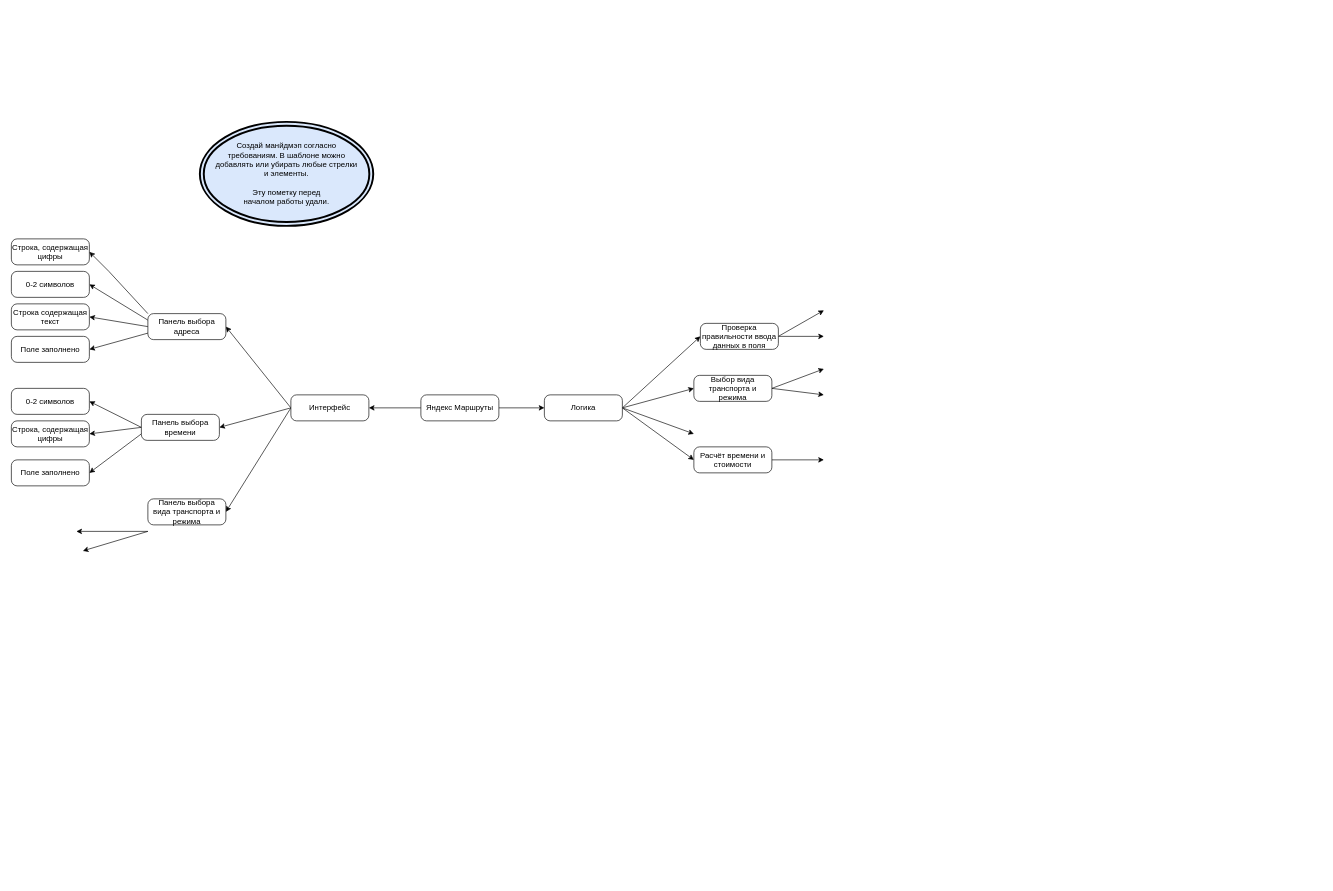
Before: Диаграмма без названия.drawio in VillyVonka537/iograf, a draw.io diagram. Source tidied: cells renumbered, new cells numbered last; positions are measured from the earlier drawing's top-left corner, leaving out a move shared by most shapes. Both pictures are drawn from the tidied source at 65%, with x=0, y=0 at pixel (11, 122).
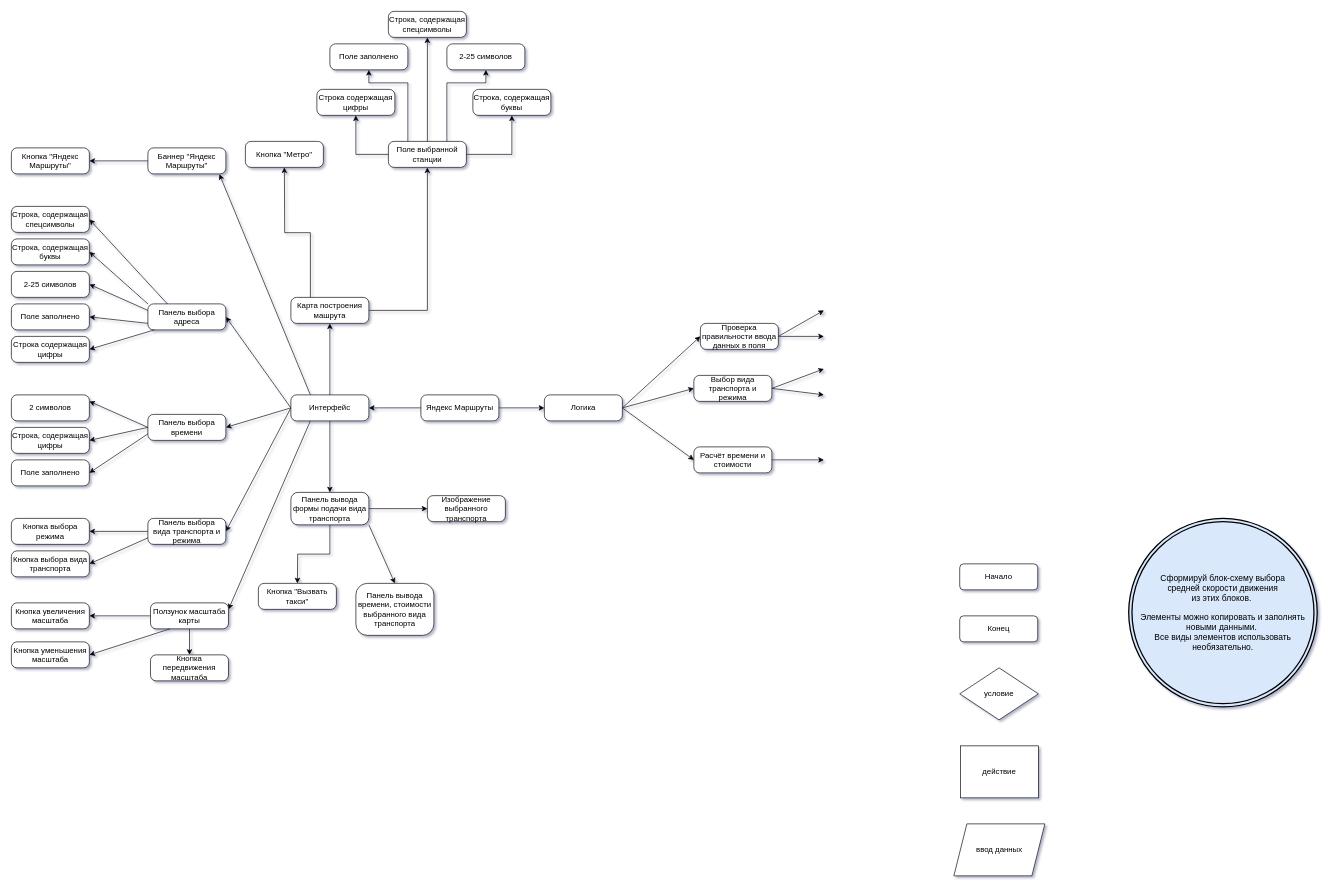
Above is the later version.

The change refers to these unchanged cells:
```xml
<mxCell id="8" value="Интерфейс" style="rounded=1;whiteSpace=wrap;html=1;arcSize=22;" parent="1" vertex="1">
  <mxGeometry x="430" y="420" width="120" height="40" as="geometry" />
</mxCell>
<mxCell id="26" value="Логика" style="rounded=1;whiteSpace=wrap;html=1;arcSize=22;" parent="1" vertex="1">
  <mxGeometry x="820" y="420" width="120" height="40" as="geometry" />
</mxCell>
```

What changed in the source:
```diff
@@
-<mxGraphModel>
+<mxGraphModel shadow="1">
@@
+    <mxCell id="42" style="edgeStyle=orthogonalEdgeStyle;rounded=0;jettySize=auto;html=1;" parent="1" edge="1" source="8">
+      <mxGeometry relative="1" as="geometry">
+        <mxPoint x="490" y="570" as="targetPoint" />
+      </mxGeometry>
+    </mxCell>
@@
     <mxCell id="17" value="Панель выбора времени" style="rounded=1;whiteSpace=wrap;html=1;arcSize=22;" parent="1" vertex="1">
-      <mxGeometry x="200" y="450" width="120" height="40" as="geometry" />
+      <mxGeometry x="210" y="450" width="120" height="40" as="geometry" />
     </mxCell>
-    <mxCell id="18" style="edgeStyle=none;rounded=0;jettySize=auto;html=1;exitX=0;exitY=0.5;exitDx=0;exitDy=0;entryX=1;entryY=0.5;entryDx=0;entryDy=0;" parent="1" edge="1" source="20" target="35">
-      <mxGeometry relative="1" as="geometry" />
-    </mxCell>
@@
     <mxCell id="20" value="Панель выбора адреса" style="rounded=1;whiteSpace=wrap;html=1;arcSize=22;" parent="1" vertex="1">
-      <mxGeometry x="210" y="295" width="120" height="40" as="geometry" />
+      <mxGeometry x="210" y="280" width="120" height="40" as="geometry" />
     </mxCell>
-    <mxCell id="21" value="Создай манйдмэп согласно &lt;br&gt;требованиям. В шаблоне можно&lt;br&gt;добавлять или убирать любые стрелки&lt;br&gt;и элементы.&lt;br&gt;&lt;br&gt;&lt;span&gt;Эту пометку перед &lt;br&gt;началом работы удали.&lt;/span&gt;" style="ellipse;shape=doubleEllipse;whiteSpace=wrap;html=1;strokeWidth=3;fillColor=#dae8fc;" parent="1" vertex="1">
-      <mxGeometry x="290" width="266.7" height="160" as="geometry" />
-    </mxCell>
@@
-    <mxCell id="25" style="edgeStyle=none;rounded=0;jettySize=auto;html=1;exitX=1;exitY=0.5;exitDx=0;exitDy=0;" parent="1" edge="1" source="26">
-      <mxGeometry relative="1" as="geometry">
-        <mxPoint x="1050" y="480" as="targetPoint" />
-      </mxGeometry>
-    </mxCell>
@@
-    <mxCell id="29" style="rounded=0;orthogonalLoop=1;jettySize=auto;html=1;exitX=0;exitY=0.5;exitDx=0;exitDy=0;" parent="1" edge="1">
-      <mxGeometry relative="1" as="geometry">
-        <mxPoint x="210" y="630" as="sourcePoint" />
-        <mxPoint x="110" y="660" as="targetPoint" />
-      </mxGeometry>
+    <mxCell id="29" style="rounded=0;jettySize=auto;html=1;exitX=0;exitY=0.5;exitDx=0;exitDy=0;entryX=1;entryY=0.5;entryDx=0;entryDy=0;" parent="1" edge="1" source="31" target="43">
+      <mxGeometry relative="1" as="geometry" />
     </mxCell>
-    <mxCell id="30" style="edgeStyle=none;rounded=0;orthogonalLoop=1;jettySize=auto;html=1;exitX=0;exitY=0.5;exitDx=0;exitDy=0;" parent="1" edge="1">
-      <mxGeometry relative="1" as="geometry">
-        <mxPoint x="210" y="630" as="sourcePoint" />
-        <mxPoint x="100" y="630" as="targetPoint" />
-      </mxGeometry>
-    </mxCell>
     <mxCell id="31" value="Панель выбора&lt;br&gt;вида транспорта и режима" style="rounded=1;whiteSpace=wrap;html=1;arcSize=22;" parent="1" vertex="1">
-      <mxGeometry x="210" y="580" width="120" height="40" as="geometry" />
+      <mxGeometry x="210" y="610" width="120" height="40" as="geometry" />
     </mxCell>
-    <mxCell id="32" value="0-2 символов" style="rounded=1;whiteSpace=wrap;html=1;arcSize=22;" parent="1" vertex="1">
-      <mxGeometry y="410" width="120" height="40" as="geometry" />
+    <mxCell id="32" value="2 символов" style="rounded=1;whiteSpace=wrap;html=1;arcSize=22;" parent="1" vertex="1">
+      <mxGeometry y="420" width="120" height="40" as="geometry" />
     </mxCell>
     <mxCell id="33" value="Строка, содержащая цифры" style="rounded=1;whiteSpace=wrap;html=1;arcSize=22;" parent="1" vertex="1">
-      <mxGeometry y="460" width="120" height="40" as="geometry" />
+      <mxGeometry y="470" width="120" height="40" as="geometry" />
     </mxCell>
-    <mxCell id="34" value="0-2 символов" style="rounded=1;whiteSpace=wrap;html=1;arcSize=22;" parent="1" vertex="1">
+    <mxCell id="34" value="2-25 символов" style="rounded=1;whiteSpace=wrap;html=1;arcSize=22;" parent="1" vertex="1">
       <mxGeometry y="230" width="120" height="40" as="geometry" />
     </mxCell>
-    <mxCell id="35" value="Строка содержащая текст" style="rounded=1;whiteSpace=wrap;html=1;arcSize=22;" parent="1" vertex="1">
-      <mxGeometry y="280" width="120" height="40" as="geometry" />
-    </mxCell>
-    <mxCell id="36" value="Строка, содержащая цифры" style="rounded=1;whiteSpace=wrap;html=1;arcSize=22;" parent="1" vertex="1">
+    <mxCell id="36" value="Строка, содержащая буквы" style="rounded=1;whiteSpace=wrap;html=1;arcSize=22;" parent="1" vertex="1">
       <mxGeometry y="180" width="120" height="40" as="geometry" />
     </mxCell>
-    <mxCell id="37" style="edgeStyle=none;rounded=0;jettySize=auto;html=1;exitX=0;exitY=0;exitDx=0;exitDy=0;entryX=1;entryY=0.5;entryDx=0;entryDy=0;" parent="1" edge="1" source="20" target="36">
+    <mxCell id="37" style="edgeStyle=none;rounded=0;jettySize=auto;html=1;entryX=1;entryY=0.5;entryDx=0;entryDy=0;" parent="1" edge="1" target="36">
       <mxGeometry relative="1" as="geometry">
-        <Array as="points">
-          <mxPoint x="150" y="230" />
-        </Array>
+        <mxPoint x="210" y="280" as="sourcePoint" />
       </mxGeometry>
     </mxCell>
@@
     <mxCell id="40" value="Поле заполнено" style="rounded=1;whiteSpace=wrap;html=1;arcSize=22;" parent="1" vertex="1">
-      <mxGeometry y="330" width="120" height="40" as="geometry" />
+      <mxGeometry y="280" width="120" height="40" as="geometry" />
     </mxCell>
-    <mxCell id="41" style="edgeStyle=none;rounded=0;jettySize=auto;html=1;entryX=1;entryY=0.5;entryDx=0;entryDy=0;" parent="1" edge="1" target="40">
-      <mxGeometry relative="1" as="geometry">
-        <mxPoint x="210" y="325" as="sourcePoint" />
-      </mxGeometry>
+    <mxCell id="41" style="edgeStyle=none;rounded=0;jettySize=auto;html=1;entryX=1;entryY=0.5;entryDx=0;entryDy=0;exitX=0;exitY=0.75;exitDx=0;exitDy=0;" parent="1" edge="1" source="20" target="40">
+      <mxGeometry relative="1" as="geometry" />
     </mxCell>
+    <mxCell id="43" value="Кнопка выбора режима" style="rounded=1;whiteSpace=wrap;html=1;arcSize=22;" parent="1" vertex="1">
+      <mxGeometry y="610" width="120" height="40" as="geometry" />
+    </mxCell>
+    <mxCell id="44" value="Кнопка выбора вида транспорта" style="rounded=1;whiteSpace=wrap;html=1;arcSize=22;" parent="1" vertex="1">
+      <mxGeometry y="660" width="120" height="40" as="geometry" />
+    </mxCell>
+    <mxCell id="45" style="rounded=0;jettySize=auto;html=1;exitX=0;exitY=0.75;exitDx=0;exitDy=0;entryX=1;entryY=0.5;entryDx=0;entryDy=0;" parent="1" edge="1" source="31" target="44">
+      <mxGeometry relative="1" as="geometry" />
+    </mxCell>
+    <mxCell id="46" style="edgeStyle=none;rounded=0;jettySize=auto;html=1;exitX=0;exitY=0.5;exitDx=0;exitDy=0;entryX=1;entryY=0.25;entryDx=0;entryDy=0;" parent="1" edge="1" target="49">
+      <mxGeometry relative="1" as="geometry">
+        <mxPoint x="460" y="460" as="sourcePoint" />
+      </mxGeometry>
+    </mxCell>
+    <mxCell id="47" style="edgeStyle=orthogonalEdgeStyle;rounded=0;jettySize=auto;html=1;entryX=1;entryY=0.5;entryDx=0;entryDy=0;" parent="1" edge="1" source="49" target="50">
+      <mxGeometry relative="1" as="geometry" />
+    </mxCell>
+    <mxCell id="48" style="edgeStyle=orthogonalEdgeStyle;rounded=0;jettySize=auto;html=1;exitX=0.5;exitY=1;exitDx=0;exitDy=0;entryX=0.5;entryY=0;entryDx=0;entryDy=0;" parent="1" edge="1" source="49" target="53">
+      <mxGeometry relative="1" as="geometry" />
+    </mxCell>
+    <mxCell id="49" value="Ползунок масштаба карты" style="rounded=1;whiteSpace=wrap;html=1;arcSize=22;" parent="1" vertex="1">
+      <mxGeometry x="214" y="740" width="120" height="40" as="geometry" />
+    </mxCell>
+    <mxCell id="50" value="Кнопка увеличения масштаба" style="rounded=1;whiteSpace=wrap;html=1;arcSize=22;" parent="1" vertex="1">
+      <mxGeometry y="740" width="120" height="40" as="geometry" />
+    </mxCell>
+    <mxCell id="51" value="Кнопка уменьшения масштаба" style="rounded=1;whiteSpace=wrap;html=1;arcSize=22;" parent="1" vertex="1">
+      <mxGeometry y="800" width="120" height="40" as="geometry" />
+    </mxCell>
+    <mxCell id="52" style="rounded=0;jettySize=auto;html=1;exitX=0.25;exitY=1;exitDx=0;exitDy=0;entryX=1;entryY=0.5;entryDx=0;entryDy=0;" parent="1" edge="1" source="49" target="51">
+      <mxGeometry relative="1" as="geometry" />
+    </mxCell>
+    <mxCell id="53" value="Кнопка передвижения масштаба" style="rounded=1;whiteSpace=wrap;html=1;arcSize=22;" parent="1" vertex="1">
+      <mxGeometry x="214" y="820" width="120" height="40" as="geometry" />
+    </mxCell>
+    <mxCell id="54" style="rounded=0;jettySize=auto;html=1;exitX=0.25;exitY=0;exitDx=0;exitDy=0;entryX=0.917;entryY=1.012;entryDx=0;entryDy=0;entryPerimeter=0;" parent="1" edge="1" source="8" target="56">
+      <mxGeometry relative="1" as="geometry" />
+    </mxCell>
+    <mxCell id="55" style="edgeStyle=orthogonalEdgeStyle;rounded=0;jettySize=auto;html=1;entryX=1;entryY=0.5;entryDx=0;entryDy=0;" parent="1" edge="1" source="56" target="57">
+      <mxGeometry relative="1" as="geometry" />
+    </mxCell>
+    <mxCell id="56" value="Баннер &quot;Яндекс Маршруты&quot;" style="rounded=1;whiteSpace=wrap;html=1;arcSize=22;" parent="1" vertex="1">
+      <mxGeometry x="210" y="40" width="120" height="40" as="geometry" />
+    </mxCell>
+    <mxCell id="57" value="Кнопка &quot;Яндекс Маршруты&quot;" style="rounded=1;whiteSpace=wrap;html=1;arcSize=22;" parent="1" vertex="1">
+      <mxGeometry y="40" width="120" height="40" as="geometry" />
+    </mxCell>
+    <mxCell id="58" style="rounded=0;jettySize=auto;html=1;exitX=0.5;exitY=0;exitDx=0;exitDy=0;" parent="1" edge="1" source="8">
+      <mxGeometry relative="1" as="geometry">
+        <mxPoint x="490" y="310" as="targetPoint" />
+      </mxGeometry>
+    </mxCell>
+    <mxCell id="59" style="edgeStyle=orthogonalEdgeStyle;rounded=0;jettySize=auto;html=1;exitX=0.25;exitY=0;exitDx=0;exitDy=0;" parent="1" edge="1" source="61">
+      <mxGeometry relative="1" as="geometry">
+        <mxPoint x="420" y="70" as="targetPoint" />
+      </mxGeometry>
+    </mxCell>
+    <mxCell id="60" style="edgeStyle=orthogonalEdgeStyle;rounded=0;jettySize=auto;html=1;entryX=0.5;entryY=1;entryDx=0;entryDy=0;" parent="1" edge="1" source="61" target="66">
+      <mxGeometry relative="1" as="geometry" />
+    </mxCell>
+    <mxCell id="61" value="Карта построения машрута" style="rounded=1;whiteSpace=wrap;html=1;arcSize=22;" parent="1" vertex="1">
+      <mxGeometry x="430" y="270" width="120" height="40" as="geometry" />
+    </mxCell>
+    <mxCell id="62" value="Кнопка &quot;Метро&quot;" style="rounded=1;whiteSpace=wrap;html=1;arcSize=22;" parent="1" vertex="1">
+      <mxGeometry x="360" y="30" width="120" height="40" as="geometry" />
+    </mxCell>
+    <mxCell id="63" style="edgeStyle=orthogonalEdgeStyle;rounded=0;jettySize=auto;html=1;entryX=0.5;entryY=1;entryDx=0;entryDy=0;" parent="1" edge="1" source="66" target="73">
+      <mxGeometry relative="1" as="geometry">
+        <Array as="points">
+          <mxPoint x="610" y="-60" />
+          <mxPoint x="550" y="-60" />
+        </Array>
+      </mxGeometry>
+    </mxCell>
+    <mxCell id="64" style="edgeStyle=orthogonalEdgeStyle;rounded=0;jettySize=auto;html=1;entryX=0.5;entryY=1;entryDx=0;entryDy=0;" parent="1" edge="1" source="66" target="74">
+      <mxGeometry relative="1" as="geometry" />
+    </mxCell>
+    <mxCell id="65" style="edgeStyle=orthogonalEdgeStyle;rounded=0;jettySize=auto;html=1;entryX=0.5;entryY=1;entryDx=0;entryDy=0;" parent="1" edge="1" source="66" target="72">
+      <mxGeometry relative="1" as="geometry" />
+    </mxCell>
+    <mxCell id="66" value="Поле выбранной станции" style="rounded=1;whiteSpace=wrap;html=1;arcSize=22;" parent="1" vertex="1">
+      <mxGeometry x="580" y="30" width="120" height="40" as="geometry" />
+    </mxCell>
+    <mxCell id="67" value="Строка, содержащая спецсимволы" style="rounded=1;whiteSpace=wrap;html=1;arcSize=22;" parent="1" vertex="1">
+      <mxGeometry y="130" width="120" height="40" as="geometry" />
+    </mxCell>
+    <mxCell id="68" style="edgeStyle=none;rounded=0;jettySize=auto;html=1;exitX=0.25;exitY=0;exitDx=0;exitDy=0;entryX=1;entryY=0.5;entryDx=0;entryDy=0;" parent="1" edge="1" source="20" target="67">
+      <mxGeometry relative="1" as="geometry" />
+    </mxCell>
+    <mxCell id="69" value="Строка содержащая цифры" style="rounded=1;whiteSpace=wrap;html=1;arcSize=22;" parent="1" vertex="1">
+      <mxGeometry y="330" width="120" height="40" as="geometry" />
+    </mxCell>
+    <mxCell id="70" style="edgeStyle=none;rounded=0;jettySize=auto;html=1;entryX=1;entryY=0.5;entryDx=0;entryDy=0;exitX=0;exitY=0.75;exitDx=0;exitDy=0;" parent="1" edge="1" target="69">
+      <mxGeometry relative="1" as="geometry">
+        <mxPoint x="220" y="320" as="sourcePoint" />
+      </mxGeometry>
+    </mxCell>
+    <mxCell id="71" value="2-25 символов" style="rounded=1;whiteSpace=wrap;html=1;arcSize=22;" parent="1" vertex="1">
+      <mxGeometry x="670" y="-120" width="120" height="40" as="geometry" />
+    </mxCell>
+    <mxCell id="72" value="Строка, содержащая буквы" style="rounded=1;whiteSpace=wrap;html=1;arcSize=22;" parent="1" vertex="1">
+      <mxGeometry x="710" y="-50" width="120" height="40" as="geometry" />
+    </mxCell>
+    <mxCell id="73" value="Поле заполнено" style="rounded=1;whiteSpace=wrap;html=1;arcSize=22;" parent="1" vertex="1">
+      <mxGeometry x="490" y="-120" width="120" height="40" as="geometry" />
+    </mxCell>
+    <mxCell id="74" value="Строка, содержащая спецсимволы" style="rounded=1;whiteSpace=wrap;html=1;arcSize=22;" parent="1" vertex="1">
+      <mxGeometry x="580" y="-170" width="120" height="40" as="geometry" />
+    </mxCell>
+    <mxCell id="75" value="Строка содержащая цифры" style="rounded=1;whiteSpace=wrap;html=1;arcSize=22;" parent="1" vertex="1">
+      <mxGeometry x="470" y="-50" width="120" height="40" as="geometry" />
+    </mxCell>
+    <mxCell id="76" style="edgeStyle=orthogonalEdgeStyle;rounded=0;jettySize=auto;html=1;exitX=0;exitY=0.5;exitDx=0;exitDy=0;entryX=0.5;entryY=1;entryDx=0;entryDy=0;" parent="1" edge="1" source="66" target="75">
+      <mxGeometry relative="1" as="geometry" />
+    </mxCell>
+    <mxCell id="77" style="edgeStyle=orthogonalEdgeStyle;rounded=0;jettySize=auto;html=1;exitX=0.75;exitY=0;exitDx=0;exitDy=0;entryX=0.5;entryY=1;entryDx=0;entryDy=0;" parent="1" edge="1" source="66" target="71">
+      <mxGeometry relative="1" as="geometry">
+        <Array as="points">
+          <mxPoint x="670" y="-60" />
+          <mxPoint x="730" y="-60" />
+        </Array>
+      </mxGeometry>
+    </mxCell>
+    <mxCell id="78" value="Начало" style="rounded=1;whiteSpace=wrap;html=1;" parent="1" vertex="1">
+      <mxGeometry x="1459" y="680" width="120" height="40" as="geometry" />
+    </mxCell>
+    <mxCell id="79" value="Конец" style="rounded=1;whiteSpace=wrap;html=1;" parent="1" vertex="1">
+      <mxGeometry x="1459" y="760" width="120" height="40" as="geometry" />
+    </mxCell>
+    <mxCell id="80" value="условие" style="rhombus;whiteSpace=wrap;html=1;" parent="1" vertex="1">
+      <mxGeometry x="1459" y="840" width="121" height="80" as="geometry" />
+    </mxCell>
+    <mxCell id="81" value="действие" style="rounded=0;whiteSpace=wrap;html=1;" parent="1" vertex="1">
+      <mxGeometry x="1460" y="960" width="120" height="80" as="geometry" />
+    </mxCell>
+    <mxCell id="82" value="ввод данных" style="shape=parallelogram;perimeter=parallelogramPerimeter;whiteSpace=wrap;html=1;fixedSize=1;" parent="1" vertex="1">
+      <mxGeometry x="1450" y="1080" width="140" height="80" as="geometry" />
+    </mxCell>
+    <mxCell id="83" value="&lt;p style=&quot;font-style: normal ; font-weight: normal ; letter-spacing: normal ; text-align: center ; text-indent: 0px ; text-transform: none ; word-spacing: 0px ; text-decoration: none ; margin: 0px ; font-stretch: normal ; line-height: normal ; font-size: 13px&quot;&gt;&lt;font style=&quot;font-size: 13px&quot;&gt;Сформируй блок-схему выбора&lt;/font&gt;&lt;/p&gt;&lt;p style=&quot;font-style: normal ; font-weight: normal ; letter-spacing: normal ; text-align: center ; text-indent: 0px ; text-transform: none ; word-spacing: 0px ; text-decoration: none ; margin: 0px ; font-stretch: normal ; line-height: normal ; font-size: 13px&quot;&gt;&lt;font style=&quot;font-size: 13px&quot;&gt;средней скорости движения&lt;/font&gt;&lt;/p&gt;&lt;p style=&quot;font-style: normal ; font-weight: normal ; letter-spacing: normal ; text-align: center ; text-indent: 0px ; text-transform: none ; word-spacing: 0px ; text-decoration: none ; margin: 0px ; font-stretch: normal ; line-height: normal ; font-size: 13px&quot;&gt;&lt;font style=&quot;font-size: 13px&quot;&gt;из этих блоков.&amp;nbsp;&lt;/font&gt;&lt;/p&gt;&lt;font style=&quot;font-size: 13px&quot;&gt;&lt;span style=&quot;font-style: normal ; font-weight: normal ; letter-spacing: normal ; text-align: center ; text-indent: 0px ; text-transform: none ; word-spacing: 0px ; text-decoration: none ; display: inline ; float: none&quot;&gt;&amp;nbsp;&lt;/span&gt;&lt;br style=&quot;font-style: normal ; font-weight: normal ; letter-spacing: normal ; text-align: center ; text-indent: 0px ; text-transform: none ; word-spacing: 0px ; text-decoration: none&quot;&gt;&lt;span style=&quot;font-style: normal ; font-weight: normal ; letter-spacing: normal ; text-align: center ; text-indent: 0px ; text-transform: none ; word-spacing: 0px ; text-decoration: none ; display: inline ; float: none&quot;&gt;Элементы можно копировать и заполнять новыми данными.&lt;span class=&quot;Apple-converted-space&quot;&gt;&amp;nbsp;&lt;/span&gt;&lt;/span&gt;&lt;br style=&quot;font-style: normal ; font-weight: normal ; letter-spacing: normal ; text-align: center ; text-indent: 0px ; text-transform: none ; word-spacing: 0px ; text-decoration: none&quot;&gt;&lt;/font&gt;&lt;p style=&quot;font-style: normal ; font-weight: normal ; letter-spacing: normal ; text-align: center ; text-indent: 0px ; text-transform: none ; word-spacing: 0px ; text-decoration: none ; margin: 0px ; font-stretch: normal ; line-height: normal ; font-size: 13px&quot;&gt;&lt;font style=&quot;font-size: 13px&quot;&gt;Все виды элементов использовать необязательно.&lt;/font&gt;&lt;/p&gt;" style="ellipse;shape=doubleEllipse;whiteSpace=wrap;html=1;strokeWidth=2;fillColor=#dae8fc;" parent="1" vertex="1">
+      <mxGeometry x="1719" y="610" width="290" height="290" as="geometry" />
+    </mxCell>
+    <mxCell id="84" style="edgeStyle=orthogonalEdgeStyle;rounded=0;jettySize=auto;html=1;" parent="1" edge="1" source="86">
+      <mxGeometry relative="1" as="geometry">
+        <mxPoint x="440" y="710" as="targetPoint" />
+      </mxGeometry>
+    </mxCell>
+    <mxCell id="85" style="edgeStyle=orthogonalEdgeStyle;rounded=0;jettySize=auto;html=1;" parent="1" edge="1" source="86">
+      <mxGeometry relative="1" as="geometry">
+        <mxPoint x="640" y="595" as="targetPoint" />
+      </mxGeometry>
+    </mxCell>
+    <mxCell id="86" value="Панель вывода формы подачи вида транспорта" style="rounded=1;whiteSpace=wrap;html=1;arcSize=22;" parent="1" vertex="1">
+      <mxGeometry x="430" y="570" width="120" height="50" as="geometry" />
+    </mxCell>
+    <mxCell id="87" value="Кнопка &quot;Вызвать такси&quot;" style="rounded=1;whiteSpace=wrap;html=1;arcSize=22;" parent="1" vertex="1">
+      <mxGeometry x="380" y="710" width="120" height="40" as="geometry" />
+    </mxCell>
+    <mxCell id="88" style="edgeStyle=none;rounded=0;jettySize=auto;html=1;entryX=0.5;entryY=0;entryDx=0;entryDy=0;exitX=1;exitY=1;exitDx=0;exitDy=0;" parent="1" edge="1" source="86" target="89">
+      <mxGeometry relative="1" as="geometry" />
+    </mxCell>
+    <mxCell id="89" value="Панель вывода времени, стоимости выбранного вида транспорта" style="rounded=1;whiteSpace=wrap;html=1;arcSize=22;" parent="1" vertex="1">
+      <mxGeometry x="530" y="710" width="120" height="80" as="geometry" />
+    </mxCell>
+    <mxCell id="90" value="Изображение выбранного транспорта" style="rounded=1;whiteSpace=wrap;html=1;arcSize=22;" parent="1" vertex="1">
+      <mxGeometry x="640" y="575" width="120" height="40" as="geometry" />
+    </mxCell>
```
